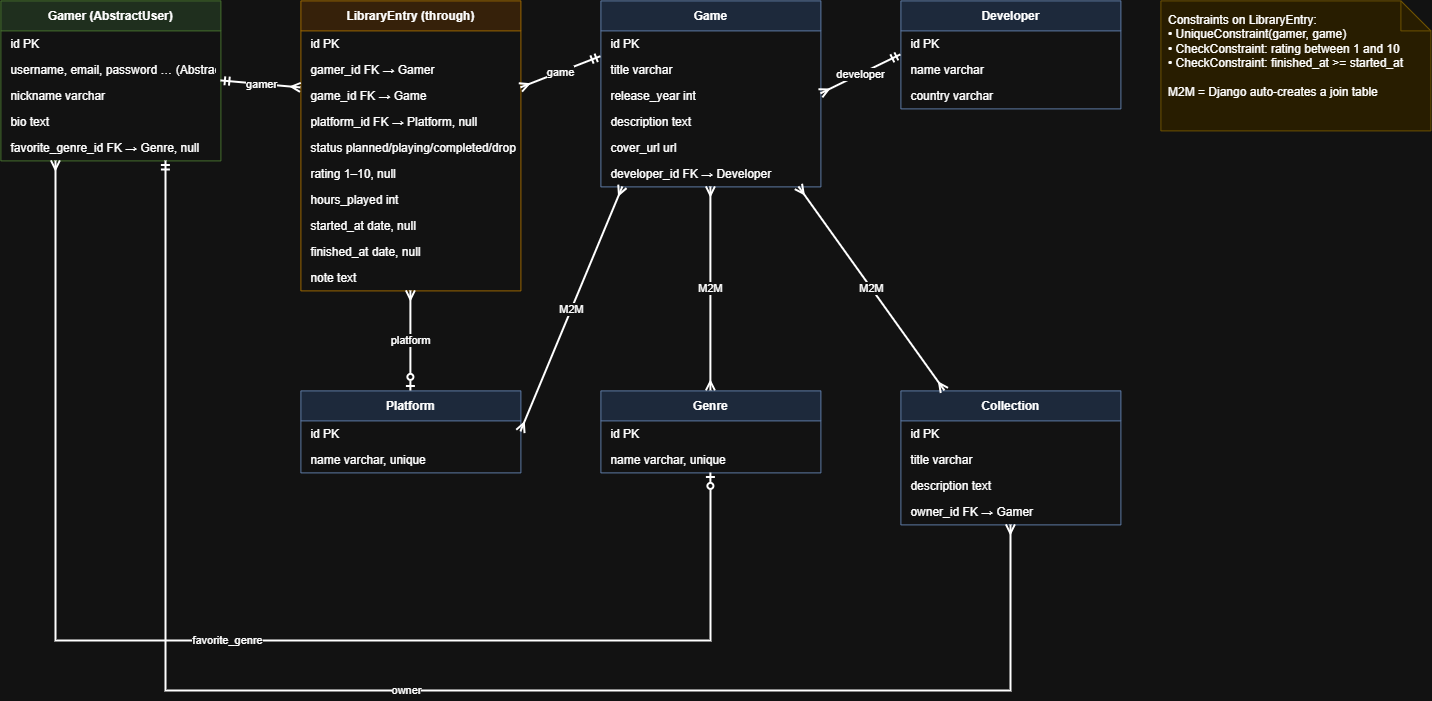
CemXokenc/backlog_vault keeps this draw.io diagram as docs/backlog_vault_db.png. Above is the earlier version. Source tidied: cells renumbered, new cells last; positions are measured from the earlier drawing's top-left corner, leaving out a move shared by most shapes.
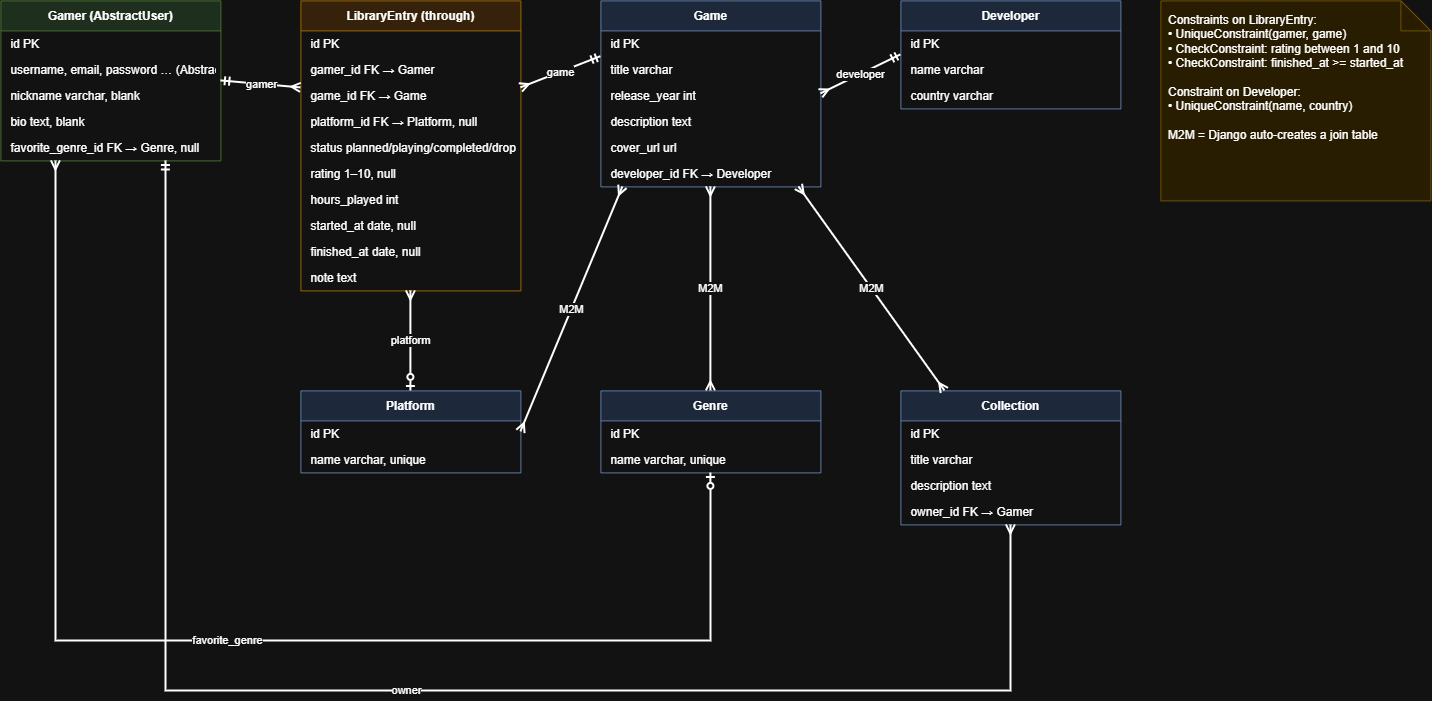
Later version of the same file.

Commit message:
update db diagram with Developer unique constraint

Diff of the diagram source:
```diff
@@ -11,10 +11,10 @@
     <mxCell id="4" value="username, email, password … (AbstractUser)" style="text;strokeColor=none;fillColor=none;align=left;verticalAlign=middle;spacingLeft=8;spacingRight=4;overflow=hidden;fontSize=12;" parent="2" vertex="1">
       <mxGeometry y="56" width="220" height="26" as="geometry" />
     </mxCell>
-    <mxCell id="5" value="nickname  varchar" style="text;strokeColor=none;fillColor=none;align=left;verticalAlign=middle;spacingLeft=8;spacingRight=4;overflow=hidden;fontSize=12;" parent="2" vertex="1">
+    <mxCell id="5" value="nickname  varchar, blank" style="text;strokeColor=none;fillColor=none;align=left;verticalAlign=middle;spacingLeft=8;spacingRight=4;overflow=hidden;fontSize=12;" parent="2" vertex="1">
       <mxGeometry y="82" width="220" height="26" as="geometry" />
     </mxCell>
-    <mxCell id="6" value="bio  text" style="text;strokeColor=none;fillColor=none;align=left;verticalAlign=middle;spacingLeft=8;spacingRight=4;overflow=hidden;fontSize=12;" parent="2" vertex="1">
+    <mxCell id="6" value="bio  text, blank" style="text;strokeColor=none;fillColor=none;align=left;verticalAlign=middle;spacingLeft=8;spacingRight=4;overflow=hidden;fontSize=12;" parent="2" vertex="1">
       <mxGeometry y="108" width="220" height="26" as="geometry" />
     </mxCell>
     <mxCell id="7" value="favorite_genre_id  FK → Genre, null" style="text;strokeColor=none;fillColor=none;align=left;verticalAlign=middle;spacingLeft=8;spacingRight=4;overflow=hidden;fontSize=12;" parent="2" vertex="1">
@@ -156,8 +156,8 @@
         </Array>
       </mxGeometry>
     </mxCell>
-    <mxCell id="50" value="Constraints on LibraryEntry:&#10;• UniqueConstraint(gamer, game)&#10;• CheckConstraint: rating between 1 and 10&#10;• CheckConstraint: finished_at &gt;= started_at&#10;&#10;M2M = Django auto-creates a join table" style="shape=note;whiteSpace=wrap;html=1;align=left;verticalAlign=top;spacing=8;fillColor=#fff2cc;strokeColor=#d6b656;" parent="1" vertex="1">
-      <mxGeometry x="1160" width="270" height="130" as="geometry" />
+    <mxCell id="50" value="Constraints on LibraryEntry:&#10;• UniqueConstraint(gamer, game)&#10;• CheckConstraint: rating between 1 and 10&#10;• CheckConstraint: finished_at &gt;= started_at&#10;&#10;Constraint on Developer:&#10;• UniqueConstraint(name, country)&#10;&#10;M2M = Django auto-creates a join table" style="shape=note;whiteSpace=wrap;html=1;align=left;verticalAlign=top;spacing=8;fillColor=#fff2cc;strokeColor=#d6b656;" parent="1" vertex="1">
+      <mxGeometry x="1160" width="270" height="200" as="geometry" />
     </mxCell>
   </root>
 </mxGraphModel>
```
